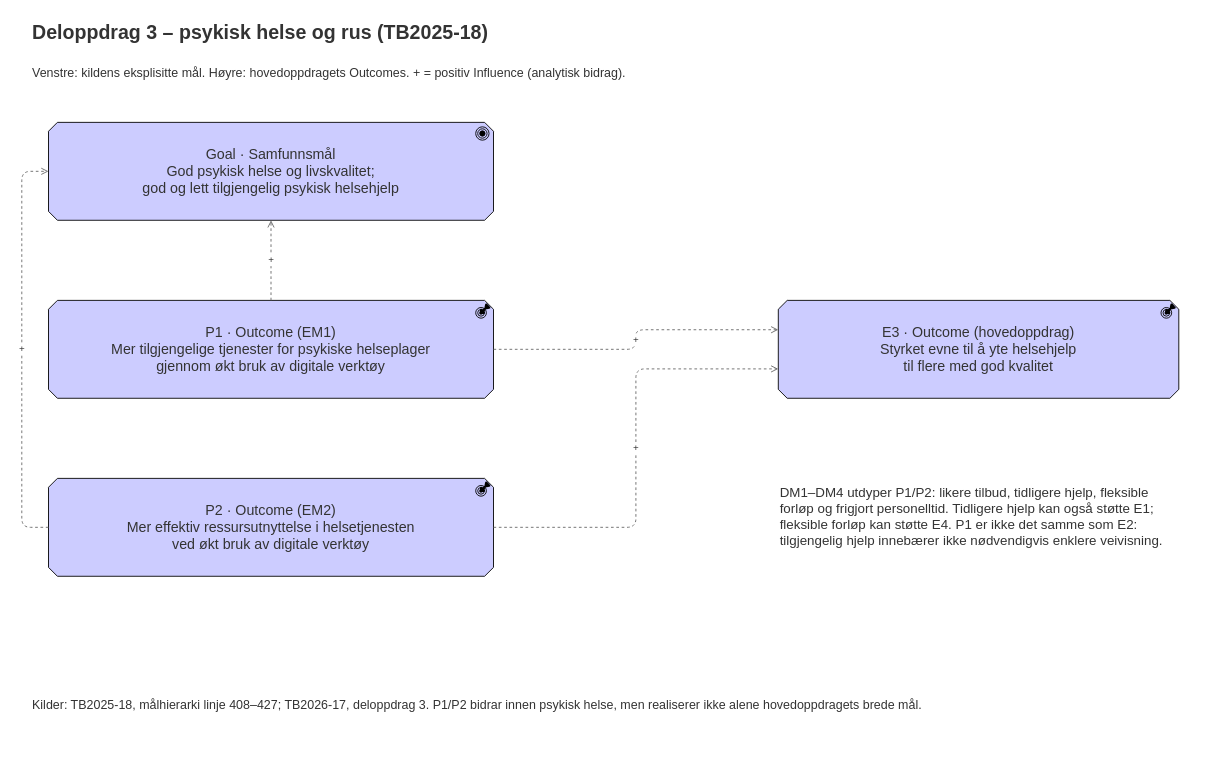
The draw.io diagram page "D3-psykisk-helse-rus" (4 of 6) of docs/interessent/malbilde-analyse.drawio in hdir/Digital-Forstelinje, before the edit. Source tidied: cells renumbered, new cells numbered last; positions are measured from the earlier drawing's top-left corner, leaving out a move shared by most shapes. Both pictures are drawn from the tidied source at 89%, with x=0, y=0 at pixel (21, 15).
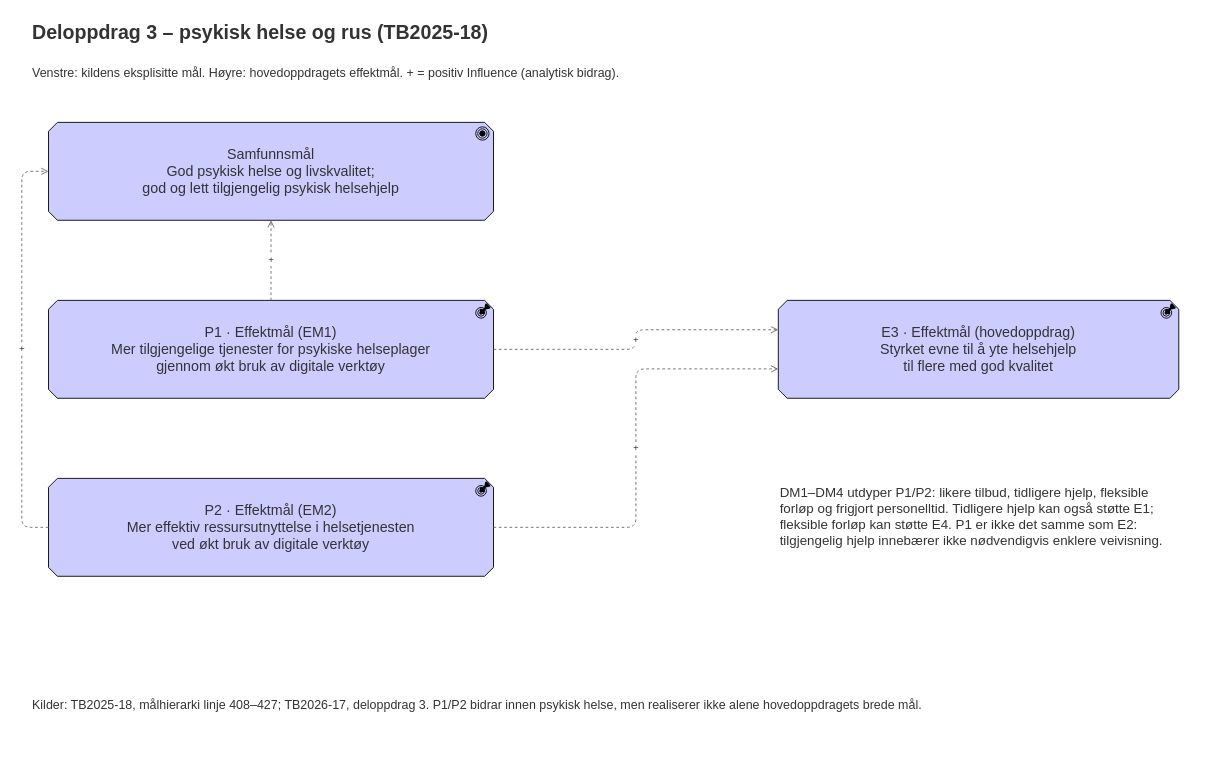
The same diagram, later.

The edit, as a diff of the source:
```diff
@@
 <mxGraphModel background="#ffffff">
   <root>
     <mxCell id="0" />
     <mxCell id="1" parent="0" />
     <mxCell id="2" value="Deloppdrag 3 – psykisk helse og rus (TB2025-18)" style="text;html=1;align=left;fontSize=22;fontStyle=1;fontColor=#333333;" parent="1" vertex="1">
       <mxGeometry x="10" width="1320" height="40" as="geometry" />
     </mxCell>
-    <mxCell id="3" value="Venstre: kildens eksplisitte mål. Høyre: hovedoppdragets Outcomes. + = positiv Influence (analytisk bidrag)." style="text;html=1;whiteSpace=wrap;align=left;fontSize=14;fontColor=#333333;" parent="1" vertex="1">
+    <mxCell id="3" value="Venstre: kildens eksplisitte mål. Høyre: hovedoppdragets effektmål. + = positiv Influence (analytisk bidrag)." style="text;html=1;whiteSpace=wrap;align=left;fontSize=14;fontColor=#333333;" parent="1" vertex="1">
       <mxGeometry x="10" y="50" width="1320" height="50" as="geometry" />
     </mxCell>
-    <mxCell id="4" value="Goal · Samfunnsmål&lt;br&gt;God psykisk helse og livskvalitet;&lt;br&gt;god og lett tilgjengelig psykisk helsehjelp" style="html=1;whiteSpace=wrap;shape=mxgraph.archimate3.application;appType=goal;archiType=oct;fillColor=#CCCCFF;fontColor=#333333;fontSize=16;" parent="1" vertex="1">
+    <mxCell id="4" value="Samfunnsmål&lt;br&gt;God psykisk helse og livskvalitet;&lt;br&gt;god og lett tilgjengelig psykisk helsehjelp" style="html=1;whiteSpace=wrap;shape=mxgraph.archimate3.application;appType=goal;archiType=oct;fillColor=#CCCCFF;fontColor=#333333;fontSize=16;" parent="1" vertex="1">
       <mxGeometry x="30" y="120" width="500" height="110" as="geometry" />
     </mxCell>
-    <mxCell id="5" value="P1 · Outcome (EM1)&lt;br&gt;Mer tilgjengelige tjenester for psykiske helseplager&lt;br&gt;gjennom økt bruk av digitale verktøy" style="html=1;whiteSpace=wrap;shape=mxgraph.archimate3.application;appType=outcome;archiType=oct;fillColor=#CCCCFF;fontColor=#333333;fontSize=16;" parent="1" vertex="1">
+    <mxCell id="5" value="P1 · Effektmål (EM1)&lt;br&gt;Mer tilgjengelige tjenester for psykiske helseplager&lt;br&gt;gjennom økt bruk av digitale verktøy" style="html=1;whiteSpace=wrap;shape=mxgraph.archimate3.application;appType=outcome;archiType=oct;fillColor=#CCCCFF;fontColor=#333333;fontSize=16;" parent="1" vertex="1">
       <mxGeometry x="30" y="320" width="500" height="110" as="geometry" />
     </mxCell>
-    <mxCell id="6" value="P2 · Outcome (EM2)&lt;br&gt;Mer effektiv ressursutnyttelse i helsetjenesten&lt;br&gt;ved økt bruk av digitale verktøy" style="html=1;whiteSpace=wrap;shape=mxgraph.archimate3.application;appType=outcome;archiType=oct;fillColor=#CCCCFF;fontColor=#333333;fontSize=16;" parent="1" vertex="1">
+    <mxCell id="6" value="P2 · Effektmål (EM2)&lt;br&gt;Mer effektiv ressursutnyttelse i helsetjenesten&lt;br&gt;ved økt bruk av digitale verktøy" style="html=1;whiteSpace=wrap;shape=mxgraph.archimate3.application;appType=outcome;archiType=oct;fillColor=#CCCCFF;fontColor=#333333;fontSize=16;" parent="1" vertex="1">
       <mxGeometry x="30" y="520" width="500" height="110" as="geometry" />
     </mxCell>
-    <mxCell id="7" value="E3 · Outcome (hovedoppdrag)&lt;br&gt;Styrket evne til å yte helsehjelp&lt;br&gt;til flere med god kvalitet" style="html=1;whiteSpace=wrap;shape=mxgraph.archimate3.application;appType=outcome;archiType=oct;fillColor=#CCCCFF;fontColor=#333333;fontSize=16;" parent="1" vertex="1">
+    <mxCell id="7" value="E3 · Effektmål (hovedoppdrag)&lt;br&gt;Styrket evne til å yte helsehjelp&lt;br&gt;til flere med god kvalitet" style="html=1;whiteSpace=wrap;shape=mxgraph.archimate3.application;appType=outcome;archiType=oct;fillColor=#CCCCFF;fontColor=#333333;fontSize=16;" parent="1" vertex="1">
       <mxGeometry x="850" y="320" width="450" height="110" as="geometry" />
     </mxCell>
     <mxCell id="8" value="DM1–DM4 utdyper P1/P2: likere tilbud, tidligere hjelp, fleksible forløp og frigjort personelltid. Tidligere hjelp kan også støtte E1; fleksible forløp kan støtte E4. P1 er ikke det samme som E2: tilgjengelig hjelp innebærer ikke nødvendigvis enklere veivisning." style="text;html=1;whiteSpace=wrap;align=left;fontSize=15;fontColor=#333333;" parent="1" vertex="1">
       <mxGeometry x="850" y="520" width="450" height="150" as="geometry" />
     </mxCell>
     <mxCell id="9" value="Kilder: TB2025-18, målhierarki linje 408–427; TB2026-17, deloppdrag 3. P1/P2 bidrar innen psykisk helse, men realiserer ikke alene hovedoppdragets brede mål." style="text;html=1;whiteSpace=wrap;align=left;fontSize=14;fontColor=#333333;" parent="1" vertex="1">
       <mxGeometry x="10" y="760" width="1320" height="60" as="geometry" />
     </mxCell>
     <mxCell id="10" value="+" style="edgeStyle=orthogonalEdgeStyle;html=1;dashed=1;endArrow=open;endFill=0;strokeColor=#666666;fontColor=#333333;exitX=0.5;exitY=0;entryX=0.5;entryY=1;" parent="1" edge="1" source="5" target="4">
       <mxGeometry relative="1" as="geometry" />
     </mxCell>
     <mxCell id="11" value="+" style="edgeStyle=orthogonalEdgeStyle;html=1;dashed=1;endArrow=open;endFill=0;strokeColor=#666666;fontColor=#333333;exitX=0;exitY=0.5;entryX=0;entryY=0.5;" parent="1" edge="1" source="6" target="4">
       <mxGeometry relative="1" as="geometry">
         <Array as="points">
           <mxPoint y="575" />
           <mxPoint y="175" />
         </Array>
       </mxGeometry>
     </mxCell>
     <mxCell id="12" value="+" style="edgeStyle=orthogonalEdgeStyle;html=1;dashed=1;endArrow=open;endFill=0;strokeColor=#666666;fontColor=#333333;exitX=1;exitY=0.5;entryX=0;entryY=0.3;" parent="1" edge="1" source="5" target="7">
       <mxGeometry relative="1" as="geometry" />
     </mxCell>
     <mxCell id="13" value="+" style="edgeStyle=orthogonalEdgeStyle;html=1;dashed=1;endArrow=open;endFill=0;strokeColor=#666666;fontColor=#333333;exitX=1;exitY=0.5;entryX=0;entryY=0.7;" parent="1" edge="1" source="6" target="7">
       <mxGeometry relative="1" as="geometry">
         <Array as="points">
           <mxPoint x="690" y="575" />
           <mxPoint x="690" y="397" />
         </Array>
       </mxGeometry>
     </mxCell>
   </root>
 </mxGraphModel>
```
